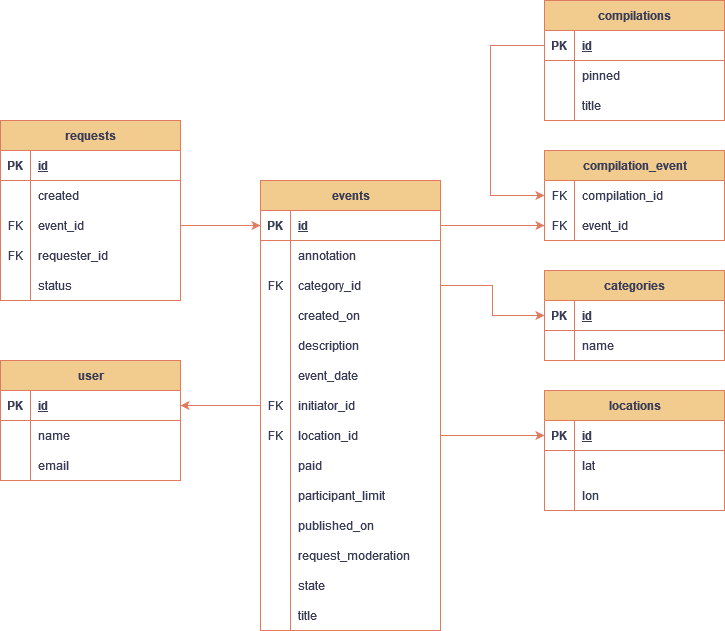
This is ER-ewm-service.drawio.png from PSharmanov/java-explore-with-me, a draw.io export, as it was before one commit. Source tidied: cells renumbered, new cells last; positions are measured from the earlier drawing's top-left corner, leaving out a move shared by most shapes.
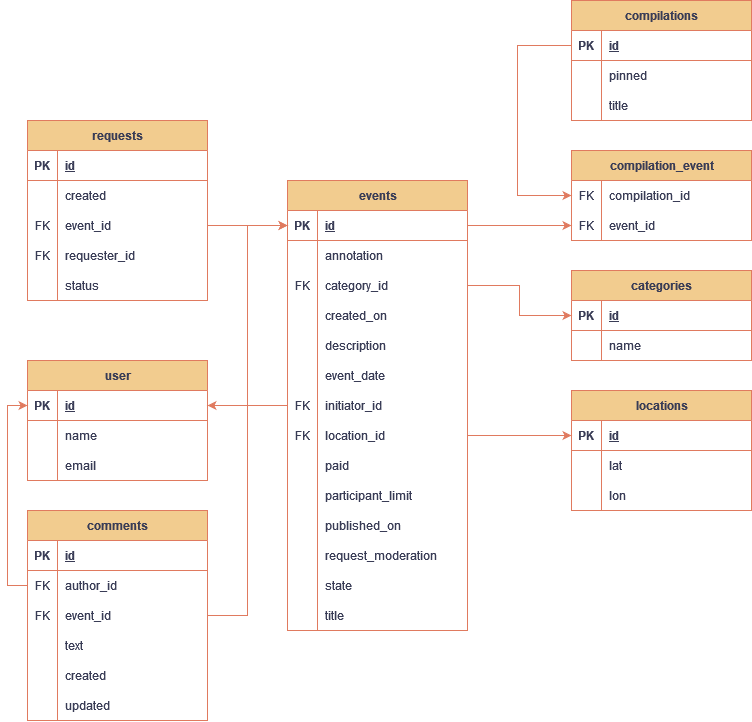
The same file after the commit.

What changed in the source:
```diff
@@ -311,7 +311,7 @@
     <mxCell id="104" value="status" style="shape=partialRectangle;fillColor=none;top=0;left=0;bottom=0;right=0;align=left;spacingLeft=6;overflow=hidden;whiteSpace=wrap;html=1;strokeColor=#E07A5F;fontColor=#393C56;" parent="102" vertex="1">
       <mxGeometry x="30" width="150" height="30" as="geometry" />
     </mxCell>
-    <mxCell id="105" style="edgeStyle=orthogonalEdgeStyle;rounded=0;jettySize=auto;html=1;exitX=0;exitY=0.5;exitDx=0;exitDy=0;entryX=1;entryY=0.5;entryDx=0;entryDy=0;strokeColor=#E07A5F;fontColor=#393C56;fillColor=#F2CC8F;" parent="1" edge="1" source="31" target="3">
+    <mxCell id="105" style="edgeStyle=orthogonalEdgeStyle;rounded=0;jettySize=auto;html=1;exitX=0;exitY=0.5;exitDx=0;exitDy=0;entryX=1;entryY=0.5;entryDx=0;entryDy=0;strokeColor=#E07A5F;fontColor=#393C56;fillColor=#fff2cc;" parent="1" edge="1" source="31" target="3">
       <mxGeometry relative="1" as="geometry" />
     </mxCell>
     <mxCell id="106" style="edgeStyle=orthogonalEdgeStyle;rounded=0;jettySize=auto;html=1;exitX=1;exitY=0.5;exitDx=0;exitDy=0;entryX=0;entryY=0.5;entryDx=0;entryDy=0;strokeColor=#E07A5F;fontColor=#393C56;fillColor=#F2CC8F;" parent="1" edge="1" source="34" target="63">
@@ -334,5 +334,68 @@
         </Array>
       </mxGeometry>
     </mxCell>
+    <mxCell id="111" style="edgeStyle=orthogonalEdgeStyle;rounded=0;jettySize=auto;html=1;exitX=1;exitY=0.5;exitDx=0;exitDy=0;entryX=0;entryY=0.5;entryDx=0;entryDy=0;strokeColor=#E07A5F;" parent="1" edge="1" source="112" target="13">
+      <mxGeometry relative="1" as="geometry" />
+    </mxCell>
+    <mxCell id="112" value="comments" style="shape=table;startSize=30;rowLines=0;fontStyle=1;align=center;html=1;strokeColor=#E07A5F;fontColor=#393C56;fillColor=#F2CC8F;" parent="1" vertex="1">
+      <mxGeometry y="510" width="180" height="210" as="geometry" />
+    </mxCell>
+    <mxCell id="113" style="shape=tableRow;horizontal=0;startSize=0;swimlaneHead=0;swimlaneBody=0;fillColor=none;top=0;left=0;right=0;bottom=1;strokeColor=#E07A5F;fontColor=#393C56;" parent="112" vertex="1">
+      <mxGeometry y="30" width="180" height="30" as="geometry" />
+    </mxCell>
+    <mxCell id="114" value="PK" style="shape=partialRectangle;fillColor=none;top=0;left=0;bottom=0;right=0;fontStyle=1;overflow=hidden;whiteSpace=wrap;html=1;strokeColor=#E07A5F;fontColor=#393C56;" parent="113" vertex="1">
+      <mxGeometry width="30" height="30" as="geometry" />
+    </mxCell>
+    <mxCell id="115" value="id" style="shape=partialRectangle;fillColor=none;top=0;left=0;bottom=0;right=0;align=left;spacingLeft=6;fontStyle=5;overflow=hidden;whiteSpace=wrap;html=1;strokeColor=#E07A5F;fontColor=#393C56;" parent="113" vertex="1">
+      <mxGeometry x="30" width="150" height="30" as="geometry" />
+    </mxCell>
+    <mxCell id="116" style="shape=tableRow;horizontal=0;startSize=0;swimlaneHead=0;swimlaneBody=0;fillColor=none;points=[[0,0.5],[1,0.5]];portConstraint=eastwest;top=0;left=0;right=0;bottom=0;strokeColor=#E07A5F;fontColor=#393C56;" parent="112" vertex="1">
+      <mxGeometry y="60" width="180" height="30" as="geometry" />
+    </mxCell>
+    <mxCell id="117" value="FK" style="shape=partialRectangle;fillColor=none;top=0;left=0;bottom=0;right=0;overflow=hidden;whiteSpace=wrap;html=1;strokeColor=#E07A5F;fontColor=#393C56;" parent="116" vertex="1">
+      <mxGeometry width="30" height="30" as="geometry" />
+    </mxCell>
+    <mxCell id="118" value="author_id" style="shape=partialRectangle;fillColor=none;top=0;left=0;bottom=0;right=0;align=left;spacingLeft=6;overflow=hidden;whiteSpace=wrap;html=1;strokeColor=#E07A5F;fontColor=#393C56;" parent="116" vertex="1">
+      <mxGeometry x="30" width="150" height="30" as="geometry" />
+    </mxCell>
+    <mxCell id="119" style="shape=tableRow;horizontal=0;startSize=0;swimlaneHead=0;swimlaneBody=0;fillColor=none;top=0;left=0;right=0;bottom=0;strokeColor=#E07A5F;fontColor=#393C56;" parent="112" vertex="1">
+      <mxGeometry y="90" width="180" height="30" as="geometry" />
+    </mxCell>
+    <mxCell id="120" value="FK" style="shape=partialRectangle;fillColor=none;top=0;left=0;bottom=0;right=0;overflow=hidden;whiteSpace=wrap;html=1;strokeColor=#E07A5F;fontColor=#393C56;" parent="119" vertex="1">
+      <mxGeometry width="30" height="30" as="geometry" />
+    </mxCell>
+    <mxCell id="121" value="event_id" style="shape=partialRectangle;fillColor=none;top=0;left=0;bottom=0;right=0;align=left;spacingLeft=6;overflow=hidden;whiteSpace=wrap;html=1;strokeColor=#E07A5F;fontColor=#393C56;" parent="119" vertex="1">
+      <mxGeometry x="30" width="150" height="30" as="geometry" />
+    </mxCell>
+    <mxCell id="122" style="shape=tableRow;horizontal=0;startSize=0;swimlaneHead=0;swimlaneBody=0;fillColor=none;top=0;left=0;right=0;bottom=0;strokeColor=#E07A5F;fontColor=#393C56;" parent="112" vertex="1">
+      <mxGeometry y="120" width="180" height="30" as="geometry" />
+    </mxCell>
+    <mxCell id="123" style="shape=partialRectangle;fillColor=none;top=0;left=0;bottom=0;right=0;overflow=hidden;whiteSpace=wrap;html=1;strokeColor=#E07A5F;fontColor=#393C56;" parent="122" vertex="1">
+      <mxGeometry width="30" height="30" as="geometry" />
+    </mxCell>
+    <mxCell id="124" value="text" style="shape=partialRectangle;fillColor=none;top=0;left=0;bottom=0;right=0;align=left;spacingLeft=6;overflow=hidden;whiteSpace=wrap;html=1;strokeColor=#E07A5F;fontColor=#393C56;" parent="122" vertex="1">
+      <mxGeometry x="30" width="150" height="30" as="geometry" />
+    </mxCell>
+    <mxCell id="125" style="shape=tableRow;horizontal=0;startSize=0;swimlaneHead=0;swimlaneBody=0;fillColor=none;top=0;left=0;right=0;bottom=0;strokeColor=#E07A5F;fontColor=#393C56;" parent="112" vertex="1">
+      <mxGeometry y="150" width="180" height="30" as="geometry" />
+    </mxCell>
+    <mxCell id="126" style="shape=partialRectangle;fillColor=none;top=0;left=0;bottom=0;right=0;overflow=hidden;whiteSpace=wrap;html=1;strokeColor=#E07A5F;fontColor=#393C56;" parent="125" vertex="1">
+      <mxGeometry width="30" height="30" as="geometry" />
+    </mxCell>
+    <mxCell id="127" value="created" style="shape=partialRectangle;fillColor=none;top=0;left=0;bottom=0;right=0;align=left;spacingLeft=6;overflow=hidden;whiteSpace=wrap;html=1;strokeColor=#E07A5F;fontColor=#393C56;" parent="125" vertex="1">
+      <mxGeometry x="30" width="150" height="30" as="geometry" />
+    </mxCell>
+    <mxCell id="128" style="shape=tableRow;horizontal=0;startSize=0;swimlaneHead=0;swimlaneBody=0;fillColor=none;top=0;left=0;right=0;bottom=0;strokeColor=#E07A5F;fontColor=#393C56;" parent="112" vertex="1">
+      <mxGeometry y="180" width="180" height="30" as="geometry" />
+    </mxCell>
+    <mxCell id="129" style="shape=partialRectangle;fillColor=none;top=0;left=0;bottom=0;right=0;overflow=hidden;whiteSpace=wrap;html=1;strokeColor=#E07A5F;fontColor=#393C56;" parent="128" vertex="1">
+      <mxGeometry width="30" height="30" as="geometry" />
+    </mxCell>
+    <mxCell id="130" value="updated" style="shape=partialRectangle;fillColor=none;top=0;left=0;bottom=0;right=0;align=left;spacingLeft=6;overflow=hidden;whiteSpace=wrap;html=1;strokeColor=#E07A5F;fontColor=#393C56;" parent="128" vertex="1">
+      <mxGeometry x="30" width="150" height="30" as="geometry" />
+    </mxCell>
+    <mxCell id="131" style="edgeStyle=orthogonalEdgeStyle;rounded=0;jettySize=auto;html=1;exitX=0;exitY=0.5;exitDx=0;exitDy=0;entryX=0;entryY=0.5;entryDx=0;entryDy=0;strokeColor=#E07A5F;" parent="1" edge="1" source="116" target="3">
+      <mxGeometry relative="1" as="geometry" />
+    </mxCell>
   </root>
 </mxGraphModel>
```
